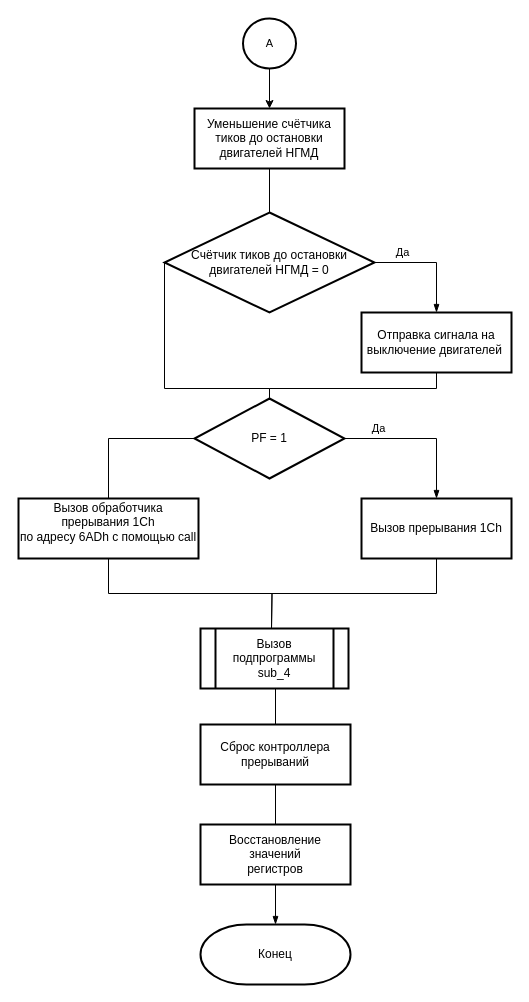
Earlier version of the draw.io diagram page "Page-3" (2 of 3) of lab_01/part1/docs/algo.drawio (katya-varlamova/5-sem-os). Source tidied: cells renumbered, new cells numbered last; positions are measured from the earlier drawing's top-left corner, leaving out a move shared by most shapes. Both pictures are drawn from the tidied source at 100%, with x=0, y=0 at pixel (18, 18).
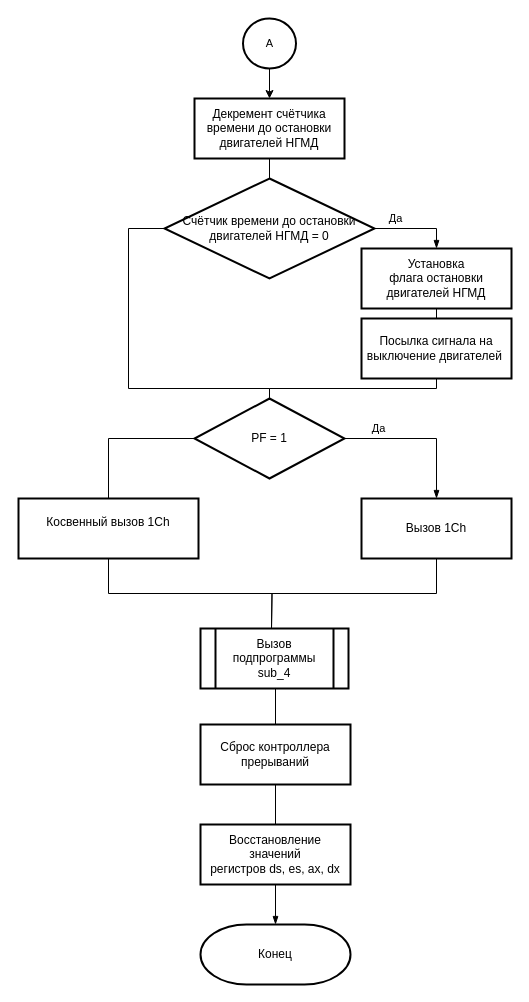
Above is the later version.

The change refers to these unchanged cells:
```xml
<mxCell id="16" value="PF = 1" style="strokeWidth=2;html=1;shape=mxgraph.flowchart.decision;whiteSpace=wrap;rounded=1;" parent="1" vertex="1">
  <mxGeometry x="176" y="380" width="150" height="80" as="geometry" />
</mxCell>
```

What changed in the source:
```diff
@@
-    <mxCell id="4" value="Отправка сигнала на выключение двигателей&amp;nbsp;" style="rounded=0;whiteSpace=wrap;html=1;absoluteArcSize=1;arcSize=14;strokeWidth=2;" parent="1" vertex="1">
-      <mxGeometry x="343" y="294" width="150" height="60" as="geometry" />
+    <mxCell id="4" value="Установка флага&amp;nbsp;остановки двигателей НГМД" style="rounded=0;whiteSpace=wrap;html=1;absoluteArcSize=1;arcSize=14;strokeWidth=2;" parent="1" vertex="1">
+      <mxGeometry x="343" y="230" width="150" height="60" as="geometry" />
     </mxCell>
@@
     <mxCell id="6" style="edgeStyle=orthogonalEdgeStyle;rounded=0;jettySize=auto;html=1;exitX=0;exitY=0.5;exitDx=0;exitDy=0;exitPerimeter=0;entryX=0.5;entryY=0;entryDx=0;entryDy=0;entryPerimeter=0;endArrow=none;endFill=0;fontSize=11;" parent="1" edge="1" source="7" target="16">
       <mxGeometry relative="1" as="geometry">
         <Array as="points">
-          <mxPoint x="146" y="370" />
+          <mxPoint x="110" y="210" />
+          <mxPoint x="110" y="370" />
           <mxPoint x="251" y="370" />
         </Array>
       </mxGeometry>
     </mxCell>
-    <mxCell id="7" value="&lt;span style=&quot;font-size: 12px&quot;&gt;Счётчик тиков до остановки двигателей НГМД = 0&lt;/span&gt;" style="strokeWidth=2;html=1;shape=mxgraph.flowchart.decision;whiteSpace=wrap;rounded=1;fontSize=11;" parent="1" vertex="1">
-      <mxGeometry x="146" y="194" width="210" height="100" as="geometry" />
+    <mxCell id="7" value="&lt;span style=&quot;font-size: 12px&quot;&gt;Счётчик времени до остановки двигателей НГМД = 0&lt;/span&gt;" style="strokeWidth=2;html=1;shape=mxgraph.flowchart.decision;whiteSpace=wrap;rounded=1;fontSize=11;" parent="1" vertex="1">
+      <mxGeometry x="146" y="160" width="210" height="100" as="geometry" />
     </mxCell>
@@
-    <mxCell id="11" value="Вызов обработчика прерывания 1Ch&lt;br&gt;по адресу&amp;nbsp;&lt;span lang=&quot;EN-US&quot;&gt;6ADh с помощью call&lt;br&gt;&lt;/span&gt;&lt;pre style=&quot;background: white&quot;&gt;&lt;span lang=&quot;EN-US&quot;&gt;&lt;/span&gt;&lt;/pre&gt;" style="rounded=0;whiteSpace=wrap;html=1;absoluteArcSize=1;arcSize=14;strokeWidth=2;" parent="1" vertex="1">
+    <mxCell id="11" value="Косвенный вызов 1Ch&lt;span lang=&quot;EN-US&quot;&gt;&lt;br&gt;&lt;/span&gt;&lt;pre style=&quot;background: white&quot;&gt;&lt;span lang=&quot;EN-US&quot;&gt;&lt;/span&gt;&lt;/pre&gt;" style="rounded=0;whiteSpace=wrap;html=1;absoluteArcSize=1;arcSize=14;strokeWidth=2;" parent="1" vertex="1">
       <mxGeometry y="480" width="180" height="60" as="geometry" />
     </mxCell>
@@
-    <mxCell id="13" value="Вызов прерывания 1Ch" style="rounded=0;whiteSpace=wrap;html=1;absoluteArcSize=1;arcSize=14;strokeWidth=2;" parent="1" vertex="1">
+    <mxCell id="13" value="Вызов 1Ch" style="rounded=0;whiteSpace=wrap;html=1;absoluteArcSize=1;arcSize=14;strokeWidth=2;" parent="1" vertex="1">
       <mxGeometry x="343" y="480" width="150" height="60" as="geometry" />
     </mxCell>
@@
-    <mxCell id="19" value="Восстановление&lt;br&gt;значений&lt;br&gt;регистров" style="rounded=0;whiteSpace=wrap;html=1;absoluteArcSize=1;arcSize=14;strokeWidth=2;" parent="1" vertex="1">
+    <mxCell id="19" value="Восстановление&lt;br&gt;значений&lt;br&gt;регистров&amp;nbsp;ds, es, ax, dx" style="rounded=0;whiteSpace=wrap;html=1;absoluteArcSize=1;arcSize=14;strokeWidth=2;" parent="1" vertex="1">
       <mxGeometry x="182" y="806" width="150" height="60" as="geometry" />
     </mxCell>
@@
-    <mxCell id="23" value="Уменьшение счётчика тиков до остановки двигателей НГМД" style="rounded=0;whiteSpace=wrap;html=1;absoluteArcSize=1;arcSize=14;strokeWidth=2;" parent="1" vertex="1">
-      <mxGeometry x="176" y="90" width="150" height="60" as="geometry" />
+    <mxCell id="23" value="Декремент счётчика времени до остановки двигателей НГМД" style="rounded=0;whiteSpace=wrap;html=1;absoluteArcSize=1;arcSize=14;strokeWidth=2;" parent="1" vertex="1">
+      <mxGeometry x="176" y="80" width="150" height="60" as="geometry" />
     </mxCell>
@@
+    <mxCell id="25" value="Посылка сигнала на выключение двигателей&amp;nbsp;" style="rounded=0;whiteSpace=wrap;html=1;absoluteArcSize=1;arcSize=14;strokeWidth=2;" parent="1" vertex="1">
+      <mxGeometry x="343" y="300" width="150" height="60" as="geometry" />
+    </mxCell>
```
